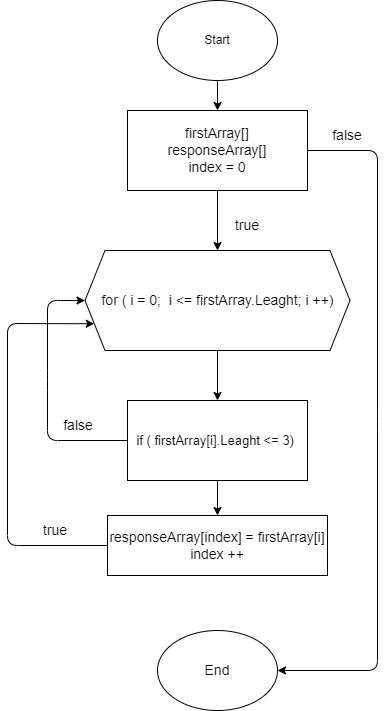
Earlier version of the draw.io export diagram.drawio.png (L01den/ControlTask). Source tidied: cells renumbered, new cells last; positions are measured from the earlier drawing's top-left corner, leaving out a move shared by most shapes.
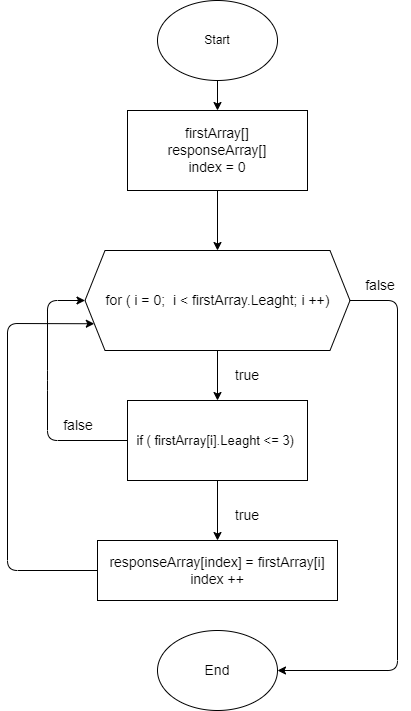
After the commit.

Commit message:
Исправление косяков в блок-схеме

What changed in the source:
```diff
@@ -11,12 +11,11 @@
     <mxCell id="4" style="edgeStyle=none;html=1;entryX=0.5;entryY=0;entryDx=0;entryDy=0;fontSize=14;" parent="1" edge="1" source="6" target="8">
       <mxGeometry relative="1" as="geometry" />
     </mxCell>
-    <mxCell id="5" style="edgeStyle=none;html=1;entryX=1;entryY=0.5;entryDx=0;entryDy=0;fontSize=14;" parent="1" edge="1" source="6" target="16">
+    <mxCell id="5" style="edgeStyle=none;html=1;entryX=1;entryY=0.5;entryDx=0;entryDy=0;fontSize=14;exitX=1;exitY=0.5;exitDx=0;exitDy=0;" parent="1" edge="1" source="8" target="16">
       <mxGeometry relative="1" as="geometry">
         <Array as="points">
-          <mxPoint x="370" y="150" />
-          <mxPoint x="370" y="420" />
-          <mxPoint x="370" y="670" />
+          <mxPoint x="390" y="300" />
+          <mxPoint x="390" y="670" />
         </Array>
       </mxGeometry>
     </mxCell>
@@ -26,7 +25,7 @@
     <mxCell id="7" style="edgeStyle=none;html=1;entryX=0.5;entryY=0;entryDx=0;entryDy=0;fontSize=14;" parent="1" edge="1" source="8" target="11">
       <mxGeometry relative="1" as="geometry" />
     </mxCell>
-    <mxCell id="8" value="for ( i = 0;&amp;nbsp; i &amp;lt;= firstArray.Leaght; i ++)" style="shape=hexagon;perimeter=hexagonPerimeter2;whiteSpace=wrap;html=1;fixedSize=1;fontSize=14;" parent="1" vertex="1">
+    <mxCell id="8" value="for ( i = 0;&amp;nbsp; i &amp;lt; firstArray.Leaght; i ++)" style="shape=hexagon;perimeter=hexagonPerimeter2;whiteSpace=wrap;html=1;fixedSize=1;fontSize=14;" parent="1" vertex="1">
       <mxGeometry x="77.5" y="250" width="265" height="100" as="geometry" />
     </mxCell>
     <mxCell id="9" style="edgeStyle=none;html=1;entryX=0;entryY=0.5;entryDx=0;entryDy=0;fontSize=13;" parent="1" edge="1" source="11" target="8">
@@ -47,28 +46,28 @@
     <mxCell id="12" style="edgeStyle=none;html=1;entryX=0;entryY=0.75;entryDx=0;entryDy=0;fontSize=13;" parent="1" edge="1" source="13" target="8">
       <mxGeometry relative="1" as="geometry">
         <Array as="points">
-          <mxPoint y="545" />
+          <mxPoint y="570" />
           <mxPoint y="323" />
         </Array>
       </mxGeometry>
     </mxCell>
     <mxCell id="13" value="&lt;span style=&quot;font-size: 14px&quot;&gt;responseArray[index] = firstArray[i]&lt;br&gt;index ++&lt;/span&gt;" style="rounded=0;whiteSpace=wrap;html=1;fontSize=13;" parent="1" vertex="1">
-      <mxGeometry x="100" y="515" width="220" height="60" as="geometry" />
+      <mxGeometry x="90" y="540" width="240" height="60" as="geometry" />
     </mxCell>
     <mxCell id="14" value="&lt;font style=&quot;font-size: 14px&quot;&gt;false&lt;/font&gt;" style="text;html=1;strokeColor=none;fillColor=none;align=center;verticalAlign=middle;whiteSpace=wrap;rounded=0;fontSize=13;" parent="1" vertex="1">
       <mxGeometry x="41" y="410" width="60" height="30" as="geometry" />
     </mxCell>
-    <mxCell id="15" value="&lt;font style=&quot;font-size: 14px&quot;&gt;true&lt;/font&gt;" style="text;html=1;strokeColor=none;fillColor=none;align=center;verticalAlign=middle;whiteSpace=wrap;rounded=0;fontSize=13;" parent="1" vertex="1">
-      <mxGeometry x="17.5" y="515" width="60" height="30" as="geometry" />
-    </mxCell>
     <mxCell id="16" value="End" style="ellipse;whiteSpace=wrap;html=1;fontSize=14;" parent="1" vertex="1">
       <mxGeometry x="150" y="630" width="120" height="80" as="geometry" />
     </mxCell>
     <mxCell id="17" value="&lt;font style=&quot;font-size: 14px&quot;&gt;true&lt;/font&gt;" style="text;html=1;strokeColor=none;fillColor=none;align=center;verticalAlign=middle;whiteSpace=wrap;rounded=0;fontSize=13;" parent="1" vertex="1">
-      <mxGeometry x="210" y="210" width="60" height="30" as="geometry" />
+      <mxGeometry x="210" y="360" width="60" height="30" as="geometry" />
     </mxCell>
     <mxCell id="18" value="&lt;font style=&quot;font-size: 14px&quot;&gt;false&lt;/font&gt;" style="text;html=1;strokeColor=none;fillColor=none;align=center;verticalAlign=middle;whiteSpace=wrap;rounded=0;fontSize=13;" parent="1" vertex="1">
-      <mxGeometry x="310" y="120" width="60" height="30" as="geometry" />
+      <mxGeometry x="342.5" y="270" width="60" height="30" as="geometry" />
     </mxCell>
+    <mxCell id="15" value="&lt;font style=&quot;font-size: 14px&quot;&gt;true&lt;/font&gt;" style="text;html=1;strokeColor=none;fillColor=none;align=center;verticalAlign=middle;whiteSpace=wrap;rounded=0;fontSize=13;" parent="1" vertex="1">
+      <mxGeometry x="210" y="500" width="60" height="30" as="geometry" />
+    </mxCell>
   </root>
 </mxGraphModel>
```
